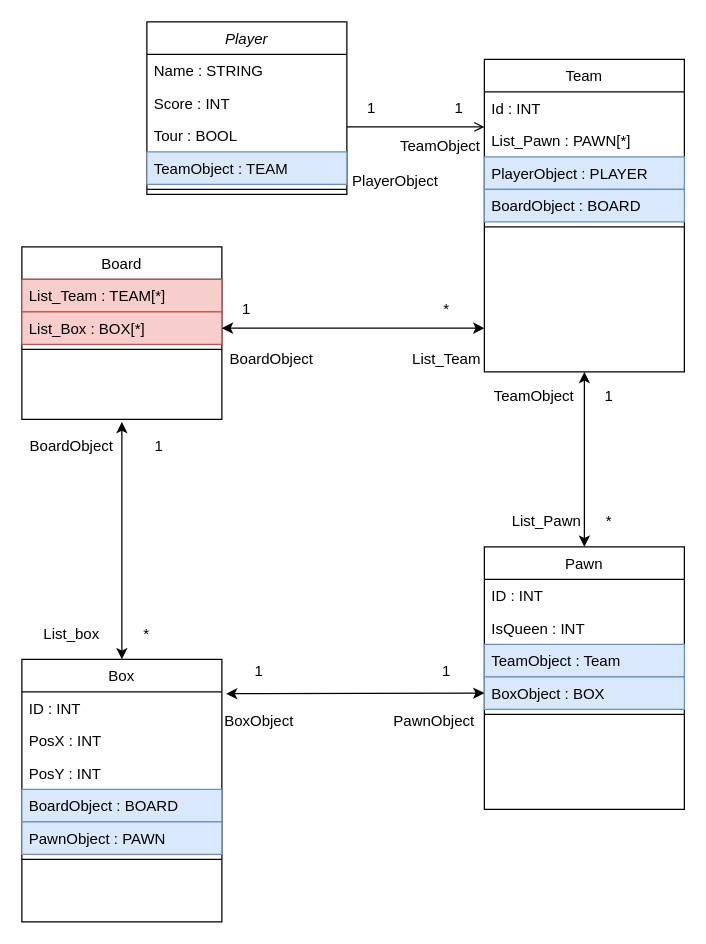
The draw.io diagram public/assets/ressources/Diagram_class.drawio in BaptisteLecat/Jeu-de-Dame, before the edit. Source tidied: cells renumbered, new cells numbered last; positions are measured from the earlier drawing's top-left corner, leaving out a move shared by most shapes. Both pictures are drawn from the tidied source at 125%, with x=0, y=0 at pixel (21, 21).
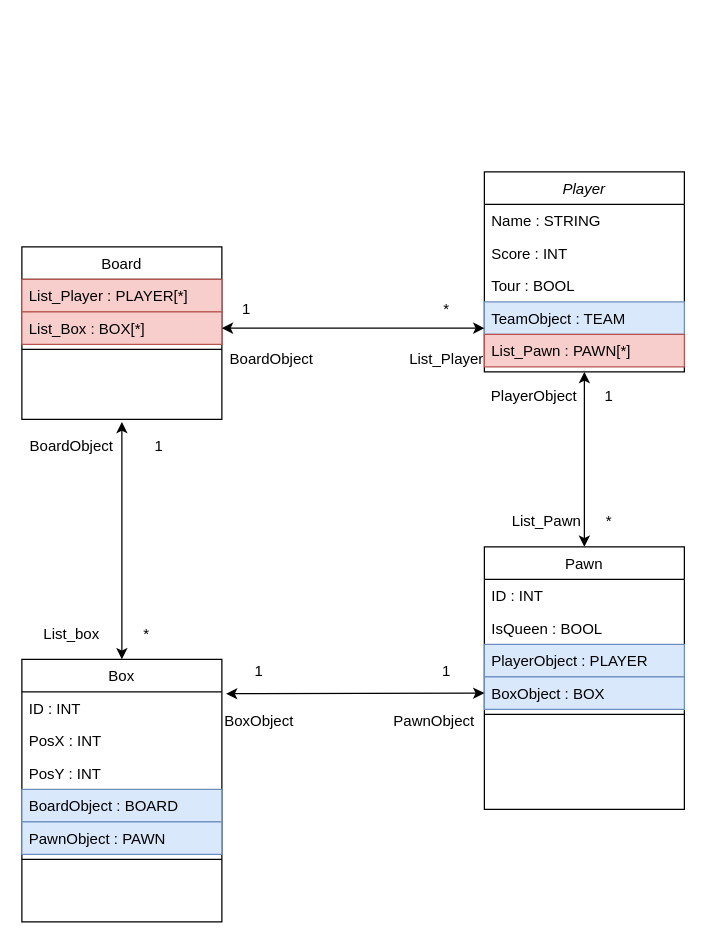
The same diagram, later.

The change refers to these unchanged cells:
```xml
<mxCell id="8" value="Board" style="swimlane;fontStyle=0;align=center;verticalAlign=top;horizontal=1;startSize=26;rounded=0;shadow=0;strokeWidth=1;" parent="1" vertex="1">
  <mxGeometry y="180" width="160" height="138" as="geometry" />
</mxCell>
<mxCell id="29" value="Pawn" style="swimlane;fontStyle=0;align=center;verticalAlign=top;horizontal=1;startSize=26;rounded=0;shadow=0;strokeWidth=1;" parent="1" vertex="1">
  <mxGeometry x="370" y="420" width="160" height="210" as="geometry" />
</mxCell>
```

What changed in the source:
```diff
@@
     <mxCell id="2" value="Player" style="swimlane;fontStyle=2;align=center;verticalAlign=top;horizontal=1;startSize=26;rounded=0;shadow=0;strokeWidth=1;" parent="1" vertex="1">
-      <mxGeometry x="100" width="160" height="138" as="geometry" />
+      <mxGeometry x="370" y="120" width="160" height="160" as="geometry" />
     </mxCell>
@@
-    <mxCell id="7" style="line;html=1;strokeWidth=1;align=left;verticalAlign=middle;spacingTop=-1;spacingLeft=3;spacingRight=3;labelPosition=right;" parent="2" vertex="1">
-      <mxGeometry y="130" width="160" height="8" as="geometry" />
-    </mxCell>
+    <mxCell id="14" value="List_Pawn : PAWN[*]" style="text;align=left;verticalAlign=top;spacingLeft=4;spacingRight=4;overflow=hidden;fillColor=#f8cecc;strokeColor=#b85450;fontColor=#000000;" parent="2" vertex="1">
+      <mxGeometry y="130" width="160" height="26" as="geometry" />
+    </mxCell>
@@
-    <mxCell id="9" value="List_Team : TEAM[*]" style="text;align=left;verticalAlign=top;spacingLeft=4;spacingRight=4;overflow=hidden;fillColor=#f8cecc;strokeColor=#b85450;fontColor=#000000;" parent="8" vertex="1">
+    <mxCell id="9" value="List_Player : PLAYER[*]" style="text;align=left;verticalAlign=top;spacingLeft=4;spacingRight=4;overflow=hidden;fillColor=#f8cecc;strokeColor=#b85450;fontColor=#000000;" parent="8" vertex="1">
       <mxGeometry y="26" width="160" height="26" as="geometry" />
     </mxCell>
@@
-    <mxCell id="12" value="Team" style="swimlane;fontStyle=0;align=center;verticalAlign=top;horizontal=1;startSize=26;rounded=0;shadow=0;strokeWidth=1;" parent="1" vertex="1">
-      <mxGeometry x="370" y="30" width="160" height="250" as="geometry" />
-    </mxCell>
-    <mxCell id="13" value="Id : INT" style="text;align=left;verticalAlign=top;spacingLeft=4;spacingRight=4;overflow=hidden;" parent="12" vertex="1">
-      <mxGeometry y="26" width="160" height="26" as="geometry" />
-    </mxCell>
-    <mxCell id="14" value="List_Pawn : PAWN[*]" style="text;align=left;verticalAlign=top;spacingLeft=4;spacingRight=4;overflow=hidden;rounded=0;shadow=0;html=0;" parent="12" vertex="1">
-      <mxGeometry y="52" width="160" height="26" as="geometry" />
-    </mxCell>
-    <mxCell id="15" value="PlayerObject : PLAYER" style="text;align=left;verticalAlign=top;spacingLeft=4;spacingRight=4;overflow=hidden;rounded=0;shadow=0;html=0;fillColor=#dae8fc;strokeColor=#6c8ebf;fontColor=#000000;" parent="12" vertex="1">
-      <mxGeometry y="78" width="160" height="26" as="geometry" />
-    </mxCell>
-    <mxCell id="16" value="BoardObject : BOARD" style="text;align=left;verticalAlign=top;spacingLeft=4;spacingRight=4;overflow=hidden;rounded=0;shadow=0;html=0;fillColor=#dae8fc;strokeColor=#6c8ebf;fontColor=#000000;" parent="12" vertex="1">
-      <mxGeometry y="104" width="160" height="26" as="geometry" />
-    </mxCell>
-    <mxCell id="17" style="line;html=1;strokeWidth=1;align=left;verticalAlign=middle;spacingTop=-1;spacingLeft=3;spacingRight=3;labelPosition=right;" parent="12" vertex="1">
-      <mxGeometry y="130" width="160" height="8" as="geometry" />
-    </mxCell>
-    <mxCell id="18" style="endArrow=open;shadow=0;strokeWidth=1;rounded=0;endFill=1;edgeStyle=elbowEdgeStyle;elbow=vertical;" parent="1" edge="1" source="2" target="12">
-      <mxGeometry x="0.5" y="41" relative="1" as="geometry">
-        <mxPoint x="-40" y="32" as="offset" />
-      </mxGeometry>
-    </mxCell>
@@
-    <mxCell id="28" style="endArrow=classic;startArrow=classic;html=1;exitX=0.5;exitY=0;exitDx=0;exitDy=0;entryX=0.5;entryY=1;entryDx=0;entryDy=0;" parent="1" edge="1" target="12">
+    <mxCell id="28" style="endArrow=classic;startArrow=classic;html=1;exitX=0.5;exitY=0;exitDx=0;exitDy=0;entryX=0.5;entryY=1;entryDx=0;entryDy=0;" parent="1" edge="1">
       <mxGeometry relative="1" as="geometry">
         <mxPoint x="450" y="420" as="sourcePoint" />
+        <mxPoint x="450" y="280" as="targetPoint" />
       </mxGeometry>
     </mxCell>
@@
-    <mxCell id="31" value="IsQueen : INT" style="text;align=left;verticalAlign=top;spacingLeft=4;spacingRight=4;overflow=hidden;" parent="29" vertex="1">
+    <mxCell id="31" value="IsQueen : BOOL" style="text;align=left;verticalAlign=top;spacingLeft=4;spacingRight=4;overflow=hidden;" parent="29" vertex="1">
       <mxGeometry y="52" width="160" height="26" as="geometry" />
     </mxCell>
-    <mxCell id="32" value="TeamObject : Team" style="text;align=left;verticalAlign=top;spacingLeft=4;spacingRight=4;overflow=hidden;fillColor=#dae8fc;strokeColor=#6c8ebf;fontColor=#000000;" parent="29" vertex="1">
+    <mxCell id="32" value="PlayerObject : PLAYER" style="text;align=left;verticalAlign=top;spacingLeft=4;spacingRight=4;overflow=hidden;fillColor=#dae8fc;strokeColor=#6c8ebf;fontColor=#000000;" parent="29" vertex="1">
       <mxGeometry y="78" width="160" height="26" as="geometry" />
     </mxCell>
@@
-    <mxCell id="41" value="1" style="text;html=1;strokeColor=none;fillColor=none;align=center;verticalAlign=middle;whiteSpace=wrap;rounded=0;" parent="1" vertex="1">
-      <mxGeometry x="330" y="59" width="40" height="20" as="geometry" />
-    </mxCell>
-    <mxCell id="42" value="1" style="text;html=1;strokeColor=none;fillColor=none;align=center;verticalAlign=middle;whiteSpace=wrap;rounded=0;" parent="1" vertex="1">
-      <mxGeometry x="260" y="59" width="40" height="20" as="geometry" />
-    </mxCell>
@@
-    <mxCell id="50" value="List_Team" style="text;html=1;strokeColor=none;fillColor=none;align=center;verticalAlign=middle;whiteSpace=wrap;rounded=0;" parent="1" vertex="1">
+    <mxCell id="50" value="List_Player" style="text;html=1;strokeColor=none;fillColor=none;align=center;verticalAlign=middle;whiteSpace=wrap;rounded=0;" parent="1" vertex="1">
       <mxGeometry x="320" y="260" width="40" height="20" as="geometry" />
     </mxCell>
@@
-    <mxCell id="52" value="TeamObject" style="text;html=1;strokeColor=none;fillColor=none;align=center;verticalAlign=middle;whiteSpace=wrap;rounded=0;" parent="1" vertex="1">
+    <mxCell id="52" value="PlayerObject" style="text;html=1;strokeColor=none;fillColor=none;align=center;verticalAlign=middle;whiteSpace=wrap;rounded=0;" parent="1" vertex="1">
       <mxGeometry x="390" y="290" width="40" height="20" as="geometry" />
     </mxCell>
@@
-    <mxCell id="54" value="TeamObject" style="text;html=1;strokeColor=none;fillColor=none;align=center;verticalAlign=middle;whiteSpace=wrap;rounded=0;" parent="1" vertex="1">
-      <mxGeometry x="315" y="90" width="40" height="20" as="geometry" />
-    </mxCell>
-    <mxCell id="55" value="PlayerObject" style="text;html=1;strokeColor=none;fillColor=none;align=center;verticalAlign=middle;whiteSpace=wrap;rounded=0;" parent="1" vertex="1">
-      <mxGeometry x="279" y="118" width="40" height="20" as="geometry" />
-    </mxCell>
```
